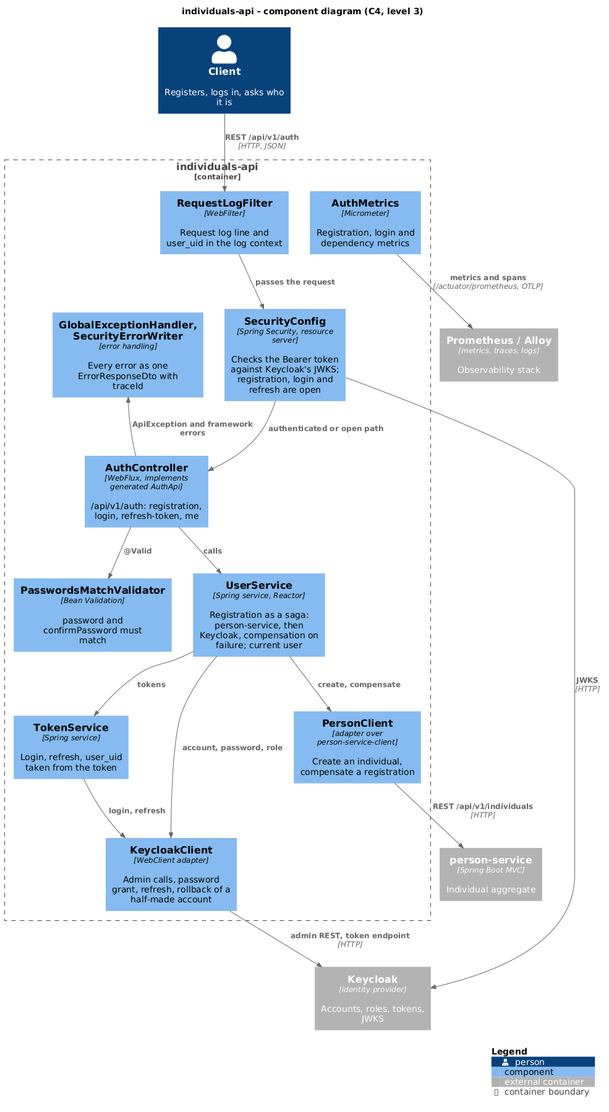
Before: individuals-api/diagrams-c4/png/en/component.png, a diagram exported from PlantUML (dezxxx/payment-platform).
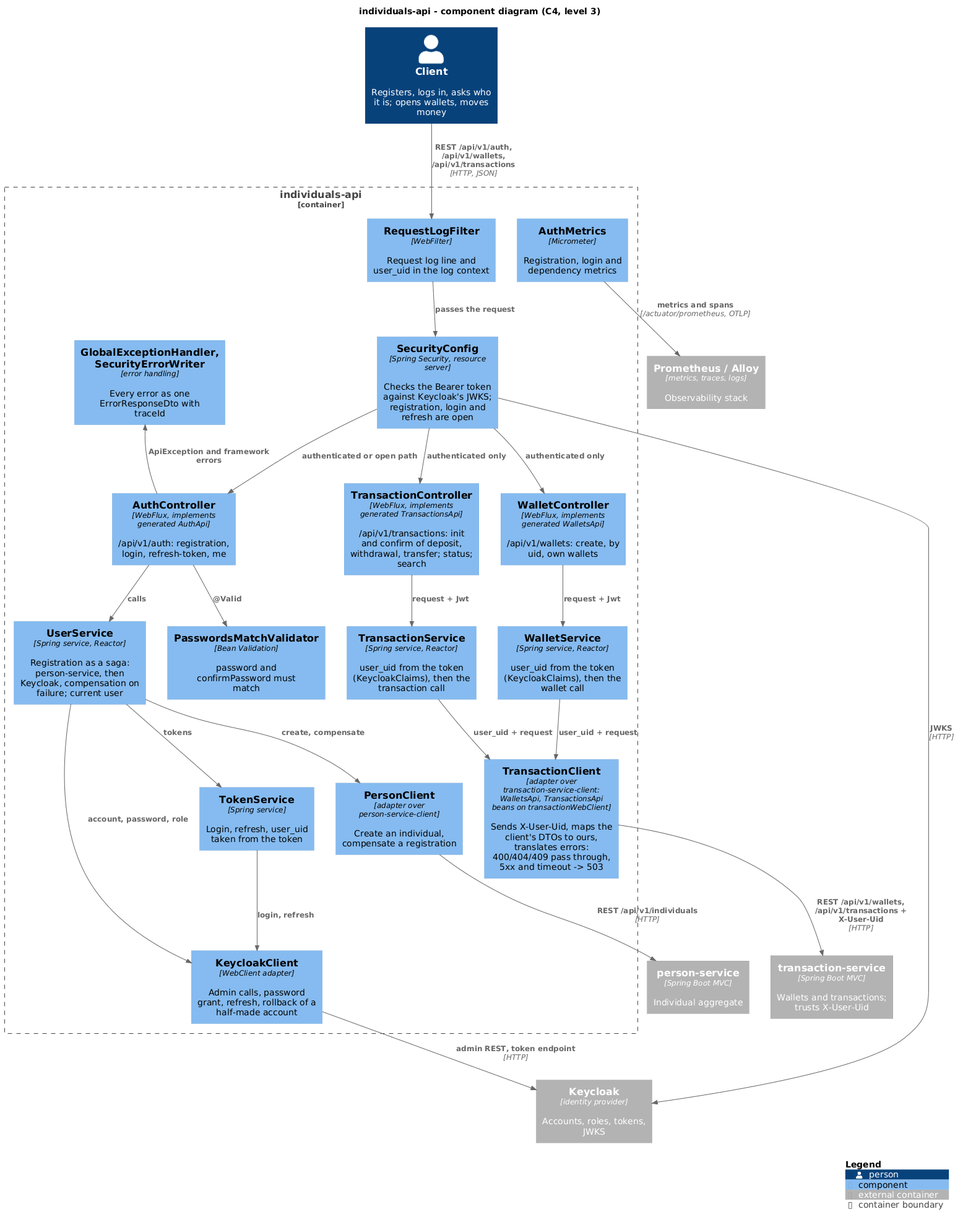
After the change.

Change to the diagram source:
```diff
@@ -3,34 +3,47 @@
 
 title individuals-api - component diagram (C4, level 3)
 
-Person(client, "Client", "Registers, logs in, asks who it is")
+Person(client, "Client", "Registers, logs in, asks who it is; opens wallets, moves money")
 Container_Ext(keycloak, "Keycloak", "identity provider", "Accounts, roles, tokens, JWKS")
 Container_Ext(personService, "person-service", "Spring Boot MVC", "Individual aggregate")
+Container_Ext(transactionService, "transaction-service", "Spring Boot MVC", "Wallets and transactions; trusts X-User-Uid")
 Container_Ext(observability, "Prometheus / Alloy", "metrics, traces, logs", "Observability stack")
 
 Container_Boundary(app, "individuals-api") {
     Component(filter, "RequestLogFilter", "WebFilter", "Request log line and user_uid in the log context")
     Component(security, "SecurityConfig", "Spring Security, resource server", "Checks the Bearer token against Keycloak's JWKS; registration, login and refresh are open")
     Component(controller, "AuthController", "WebFlux, implements generated AuthApi", "/api/v1/auth: registration, login, refresh-token, me")
+    Component(walletController, "WalletController", "WebFlux, implements generated WalletsApi", "/api/v1/wallets: create, by uid, own wallets")
+    Component(transactionController, "TransactionController", "WebFlux, implements generated TransactionsApi", "/api/v1/transactions: init and confirm of deposit, withdrawal, transfer; status; search")
     Component(validation, "PasswordsMatchValidator", "Bean Validation", "password and confirmPassword must match")
     Component(userService, "UserService", "Spring service, Reactor", "Registration as a saga: person-service, then Keycloak, compensation on failure; current user")
     Component(tokenService, "TokenService", "Spring service", "Login, refresh, user_uid taken from the token")
+    Component(walletService, "WalletService", "Spring service, Reactor", "user_uid from the token (KeycloakClaims), then the wallet call")
+    Component(transactionService2, "TransactionService", "Spring service, Reactor", "user_uid from the token (KeycloakClaims), then the transaction call")
     Component(personClient, "PersonClient", "adapter over person-service-client", "Create an individual, compensate a registration")
+    Component(transactionClient, "TransactionClient", "adapter over transaction-service-client: WalletsApi, TransactionsApi beans on transactionWebClient", "Sends X-User-Uid, maps the client's DTOs to ours, translates errors: 400/404/409 pass through, 5xx and timeout -> 503")
     Component(keycloakClient, "KeycloakClient", "WebClient adapter", "Admin calls, password grant, refresh, rollback of a half-made account")
     Component(errors, "GlobalExceptionHandler, SecurityErrorWriter", "error handling", "Every error as one ErrorResponseDto with traceId")
     Component(metrics, "AuthMetrics", "Micrometer", "Registration, login and dependency metrics")
 }
 
-Rel(client, filter, "REST /api/v1/auth", "HTTP, JSON")
+Rel(client, filter, "REST /api/v1/auth, /api/v1/wallets, /api/v1/transactions", "HTTP, JSON")
 Rel(filter, security, "passes the request")
 Rel(security, controller, "authenticated or open path")
+Rel(security, walletController, "authenticated only")
+Rel(security, transactionController, "authenticated only")
 Rel(controller, validation, "@Valid")
 Rel(controller, userService, "calls")
+Rel(walletController, walletService, "request + Jwt")
+Rel(transactionController, transactionService2, "request + Jwt")
 Rel(userService, personClient, "create, compensate")
 Rel(userService, keycloakClient, "account, password, role")
 Rel(userService, tokenService, "tokens")
 Rel(tokenService, keycloakClient, "login, refresh")
+Rel(walletService, transactionClient, "user_uid + request")
+Rel(transactionService2, transactionClient, "user_uid + request")
 Rel(personClient, personService, "REST /api/v1/individuals", "HTTP")
+Rel(transactionClient, transactionService, "REST /api/v1/wallets, /api/v1/transactions + X-User-Uid", "HTTP")
 Rel(keycloakClient, keycloak, "admin REST, token endpoint", "HTTP")
 Rel(security, keycloak, "JWKS", "HTTP")
 Rel_Back(errors, controller, "ApiException and framework errors")
```
